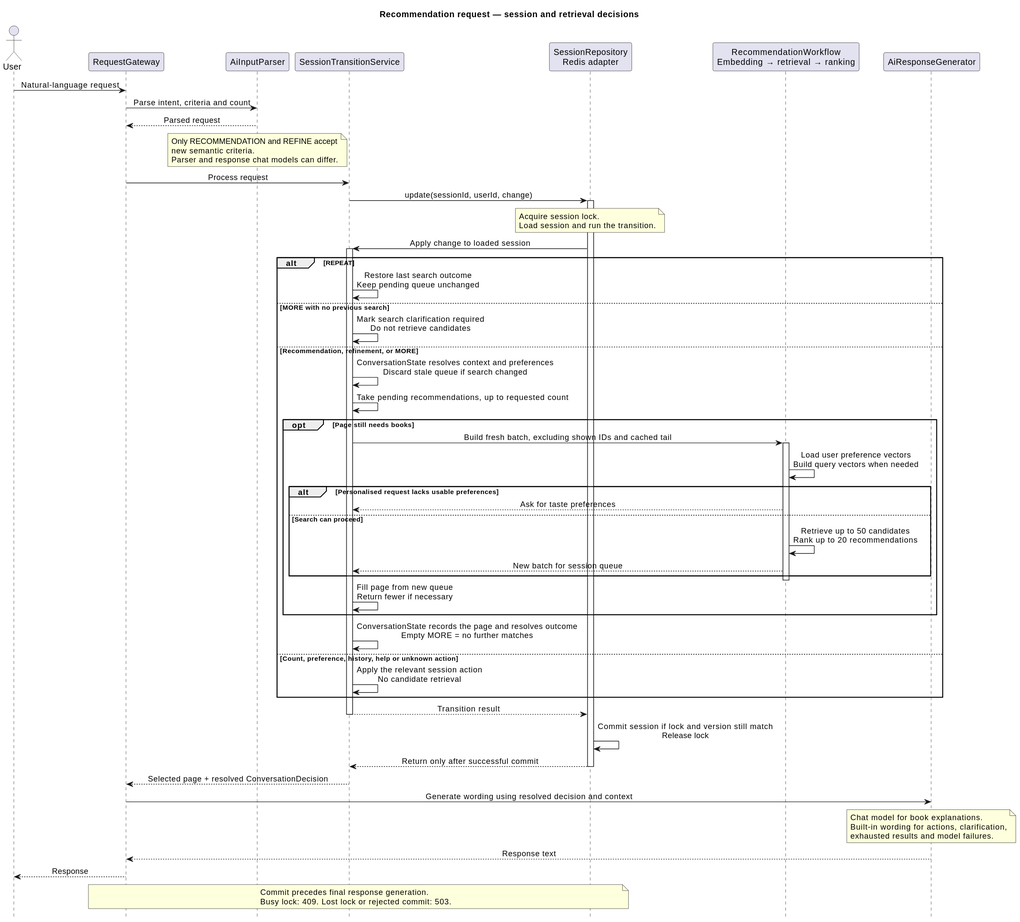
Above: docs/diagrams/recommendation-flow.svg in Juliu9/IT-Project (PlantUML), before the change.
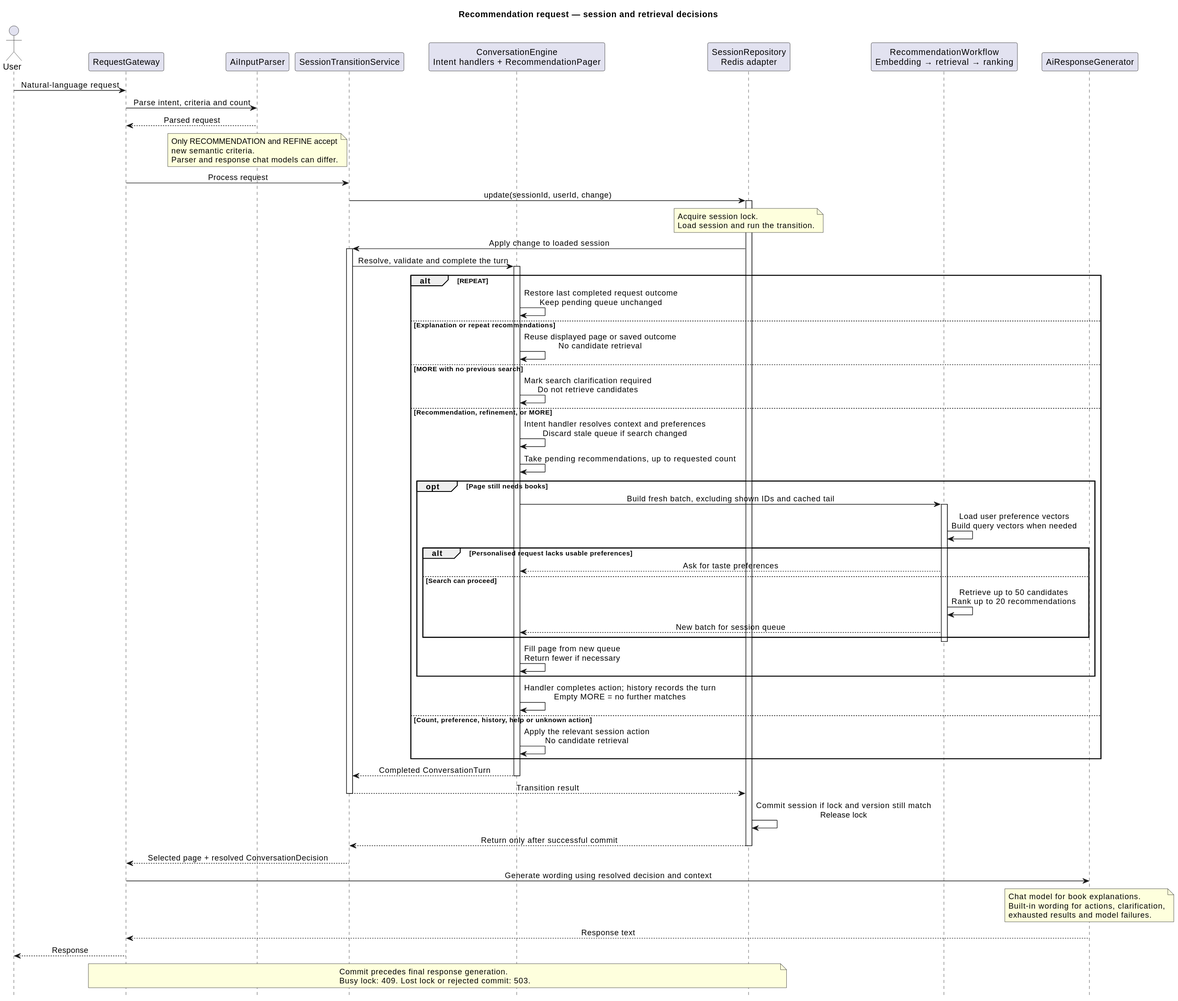
The same diagram one commit later.

Change to the diagram source:
```diff
@@ -10,6 +10,7 @@
 participant RequestGateway as Gateway
 participant AiInputParser as Parser
 participant SessionTransitionService as Transition
+participant "ConversationEngine\nIntent handlers + RecommendationPager" as Engine
 participant "SessionRepository\nRedis adapter" as Sessions
 participant "RecommendationWorkflow\nEmbedding → retrieval → ranking" as Workflow
 participant AiResponseGenerator as Response
@@ -31,32 +32,38 @@
 end note
 Sessions -> Transition : Apply change to loaded session
 activate Transition
+Transition -> Engine : Resolve, validate and complete the turn
+activate Engine
 
 alt REPEAT
-  Transition -> Transition : Restore last search outcome\nKeep pending queue unchanged
+  Engine -> Engine : Restore last completed request outcome\nKeep pending queue unchanged
+else Explanation or repeat recommendations
+  Engine -> Engine : Reuse displayed page or saved outcome\nNo candidate retrieval
 else MORE with no previous search
-  Transition -> Transition : Mark search clarification required\nDo not retrieve candidates
+  Engine -> Engine : Mark search clarification required\nDo not retrieve candidates
 else Recommendation, refinement, or MORE
-  Transition -> Transition : ConversationState resolves context and preferences\nDiscard stale queue if search changed
-  Transition -> Transition : Take pending recommendations, up to requested count
+  Engine -> Engine : Intent handler resolves context and preferences\nDiscard stale queue if search changed
+  Engine -> Engine : Take pending recommendations, up to requested count
   opt Page still needs books
-    Transition -> Workflow : Build fresh batch, excluding shown IDs and cached tail
+    Engine -> Workflow : Build fresh batch, excluding shown IDs and cached tail
     activate Workflow
     Workflow -> Workflow : Load user preference vectors\nBuild query vectors when needed
     alt Personalised request lacks usable preferences
-      Workflow --> Transition : Ask for taste preferences
+      Workflow --> Engine : Ask for taste preferences
     else Search can proceed
       Workflow -> Workflow : Retrieve up to 50 candidates\nRank up to 20 recommendations
-      Workflow --> Transition : New batch for session queue
+      Workflow --> Engine : New batch for session queue
     end
     deactivate Workflow
-    Transition -> Transition : Fill page from new queue\nReturn fewer if necessary
+    Engine -> Engine : Fill page from new queue\nReturn fewer if necessary
   end
-  Transition -> Transition : ConversationState records the page and resolves outcome\nEmpty MORE = no further matches
+  Engine -> Engine : Handler completes action; history records the turn\nEmpty MORE = no further matches
 else Count, preference, history, help or unknown action
-  Transition -> Transition : Apply the relevant session action\nNo candidate retrieval
+  Engine -> Engine : Apply the relevant session action\nNo candidate retrieval
 end
 
+Engine --> Transition : Completed ConversationTurn
+deactivate Engine
 Transition --> Sessions : Transition result
 deactivate Transition
 Sessions -> Sessions : Commit session if lock and version still match\nRelease lock
```
